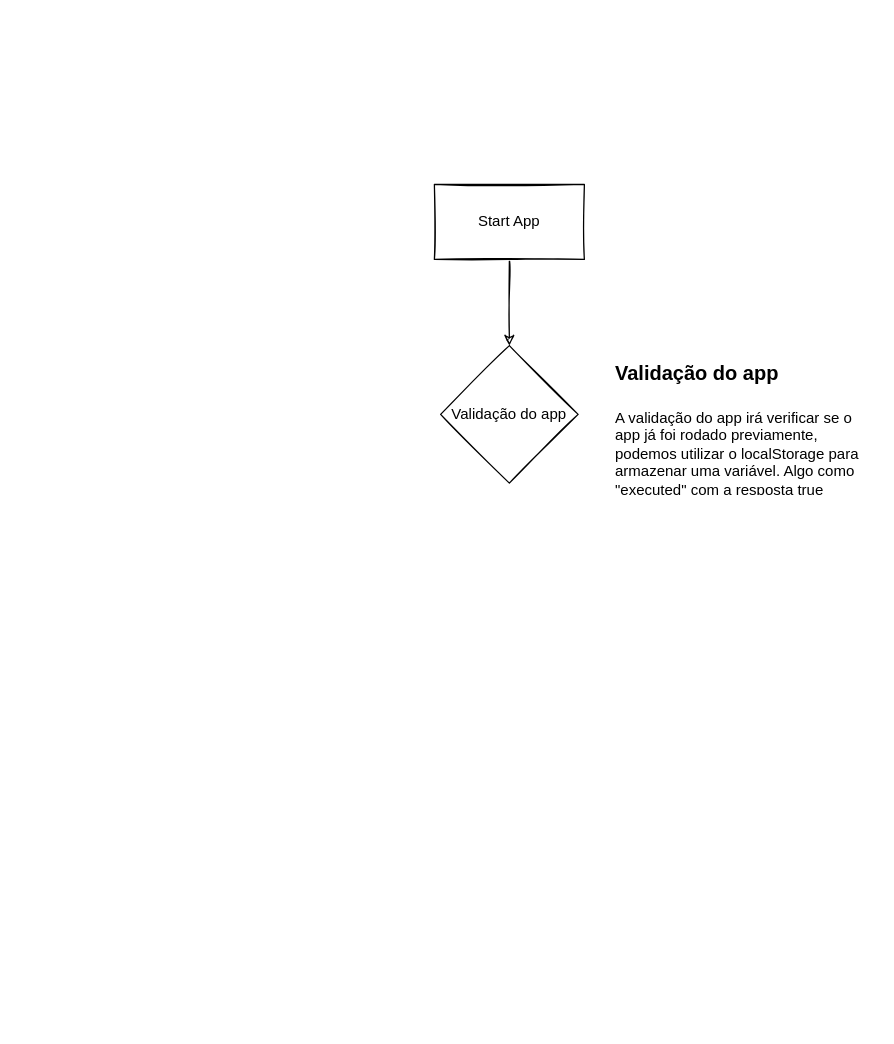
darthC0de/kissManagerMobile keeps this draw.io diagram as UserFluxogram.drawio. Above is the earlier version. Source tidied: cells renumbered, new cells numbered last; positions are measured from the earlier drawing's top-left corner, leaving out a move shared by most shapes. Both pictures are drawn from the tidied source at 125%, with x=0, y=0 at pixel (434, 184).
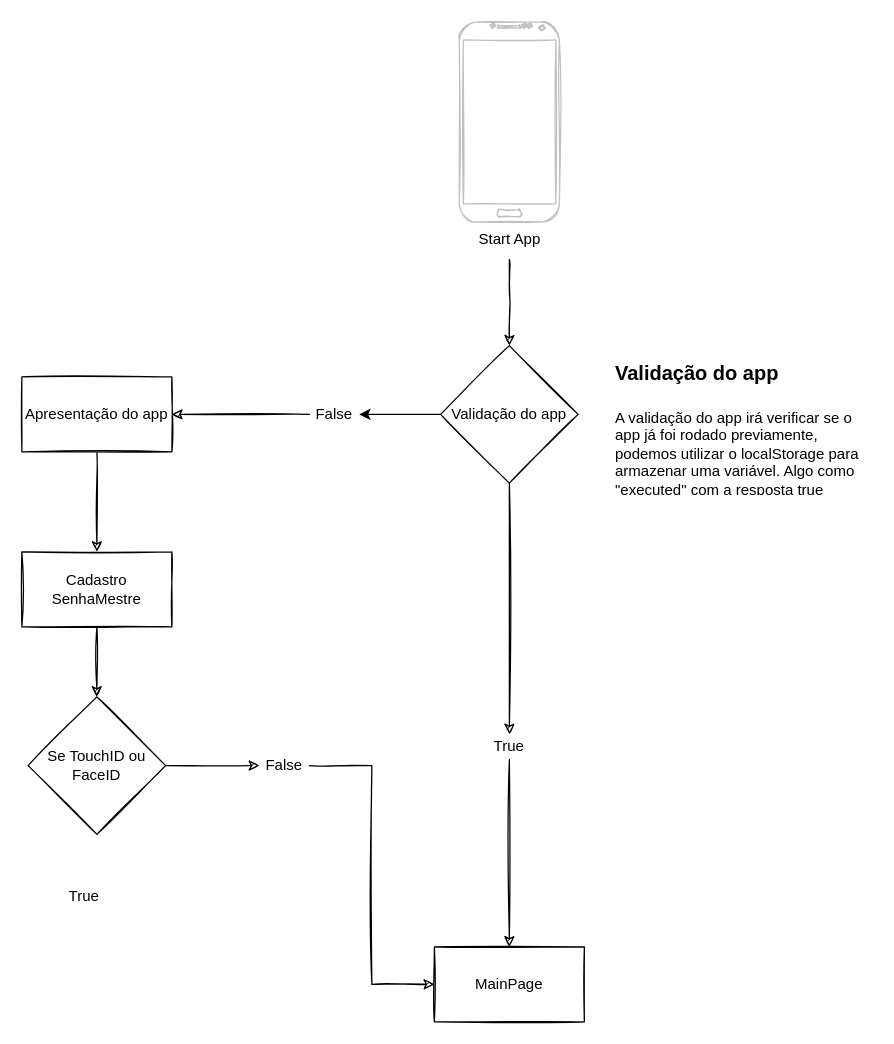
After the change.

Unchanged cells that the change refers to:
```xml
<mxCell id="4" value="Validação do app" style="rhombus;whiteSpace=wrap;html=1;rounded=0;sketch=1;" parent="1" vertex="1">
  <mxGeometry x="5" y="129" width="110" height="110" as="geometry" />
</mxCell>
```

The edit, as a diff of the source:
```diff
@@
-    <mxCell id="2" style="edgeStyle=orthogonalEdgeStyle;rounded=0;sketch=1;jettySize=auto;html=1;" parent="1" edge="1" source="3" target="4">
-      <mxGeometry relative="1" as="geometry" />
+    <mxCell id="2" style="edgeStyle=orthogonalEdgeStyle;rounded=0;sketch=1;jettySize=auto;html=1;" parent="1" edge="1" target="4">
+      <mxGeometry relative="1" as="geometry">
+        <mxPoint x="60" y="60" as="sourcePoint" />
+      </mxGeometry>
     </mxCell>
-    <mxCell id="3" value="Start App" style="rounded=0;whiteSpace=wrap;html=1;sketch=1;" parent="1" vertex="1">
-      <mxGeometry width="120" height="60" as="geometry" />
-    </mxCell>
+    <mxCell id="6" style="edgeStyle=orthogonalEdgeStyle;rounded=0;sketch=1;jettySize=auto;html=1;exitX=0.5;exitY=1;exitDx=0;exitDy=0;" parent="1" edge="1" source="4" target="12">
+      <mxGeometry relative="1" as="geometry" />
+    </mxCell>
@@
+    <mxCell id="3" value="Start App" style="verticalLabelPosition=bottom;verticalAlign=top;html=1;shadow=0;dashed=0;strokeWidth=1;shape=mxgraph.android.phone2;strokeColor=#c0c0c0;sketch=1;" parent="1" vertex="1">
+      <mxGeometry x="20" y="-130" width="80" height="160" as="geometry" />
+    </mxCell>
+    <mxCell id="7" style="endArrow=classic;html=1;exitX=0;exitY=0.5;exitDx=0;exitDy=0;" parent="1" edge="1" source="4" target="9">
+      <mxGeometry relative="1" as="geometry" />
+    </mxCell>
+    <mxCell id="8" style="edgeStyle=orthogonalEdgeStyle;rounded=0;sketch=1;jettySize=auto;html=1;" parent="1" edge="1" source="9" target="14">
+      <mxGeometry relative="1" as="geometry" />
+    </mxCell>
+    <mxCell id="9" value="False" style="text;html=1;strokeColor=none;fillColor=none;align=center;verticalAlign=middle;whiteSpace=wrap;rounded=0;" parent="1" vertex="1">
+      <mxGeometry x="-100" y="174" width="40" height="20" as="geometry" />
+    </mxCell>
+    <mxCell id="10" value="MainPage" style="whiteSpace=wrap;html=1;rounded=0;sketch=1;" parent="1" vertex="1">
+      <mxGeometry y="610" width="120" height="60" as="geometry" />
+    </mxCell>
+    <mxCell id="11" style="edgeStyle=orthogonalEdgeStyle;rounded=0;sketch=1;jettySize=auto;html=1;entryX=0.5;entryY=0;entryDx=0;entryDy=0;" parent="1" edge="1" source="12" target="10">
+      <mxGeometry relative="1" as="geometry" />
+    </mxCell>
+    <mxCell id="12" value="True" style="text;html=1;strokeColor=none;fillColor=none;align=center;verticalAlign=middle;whiteSpace=wrap;rounded=0;sketch=1;" parent="1" vertex="1">
+      <mxGeometry x="40" y="440" width="40" height="20" as="geometry" />
+    </mxCell>
+    <mxCell id="13" style="edgeStyle=orthogonalEdgeStyle;rounded=0;sketch=1;jettySize=auto;html=1;" parent="1" edge="1" source="14" target="16">
+      <mxGeometry relative="1" as="geometry" />
+    </mxCell>
+    <mxCell id="14" value="Apresentação do app" style="whiteSpace=wrap;html=1;sketch=1;" parent="1" vertex="1">
+      <mxGeometry x="-330" y="154" width="120" height="60" as="geometry" />
+    </mxCell>
+    <mxCell id="15" style="edgeStyle=orthogonalEdgeStyle;rounded=0;sketch=1;jettySize=auto;html=1;entryX=0.5;entryY=0;entryDx=0;entryDy=0;" parent="1" edge="1" source="16" target="18">
+      <mxGeometry relative="1" as="geometry" />
+    </mxCell>
+    <mxCell id="16" value="Cadastro SenhaMestre" style="whiteSpace=wrap;html=1;sketch=1;" parent="1" vertex="1">
+      <mxGeometry x="-330" y="294" width="120" height="60" as="geometry" />
+    </mxCell>
+    <mxCell id="17" style="edgeStyle=orthogonalEdgeStyle;rounded=0;sketch=1;jettySize=auto;html=1;entryX=0;entryY=0.5;entryDx=0;entryDy=0;" parent="1" edge="1" source="18" target="20">
+      <mxGeometry relative="1" as="geometry" />
+    </mxCell>
+    <mxCell id="18" value="Se TouchID ou FaceID" style="rhombus;whiteSpace=wrap;html=1;rounded=0;sketch=1;" parent="1" vertex="1">
+      <mxGeometry x="-325" y="410" width="110" height="110" as="geometry" />
+    </mxCell>
+    <mxCell id="19" style="edgeStyle=orthogonalEdgeStyle;rounded=0;sketch=1;jettySize=auto;html=1;entryX=0;entryY=0.5;entryDx=0;entryDy=0;" parent="1" edge="1" source="20" target="10">
+      <mxGeometry relative="1" as="geometry" />
+    </mxCell>
+    <mxCell id="20" value="False" style="text;html=1;strokeColor=none;fillColor=none;align=center;verticalAlign=middle;whiteSpace=wrap;rounded=0;sketch=1;" parent="1" vertex="1">
+      <mxGeometry x="-140" y="455" width="40" height="20" as="geometry" />
+    </mxCell>
+    <mxCell id="21" value="True" style="text;html=1;strokeColor=none;fillColor=none;align=center;verticalAlign=middle;whiteSpace=wrap;rounded=0;sketch=1;" parent="1" vertex="1">
+      <mxGeometry x="-300" y="560" width="40" height="20" as="geometry" />
+    </mxCell>
```
